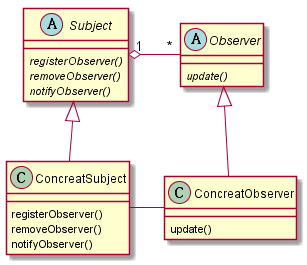
Earlier version of the PlantUML export T/coding/design-pattern/observer/observer.png (tcfh2016/knowledge-map).
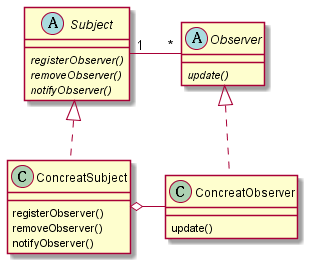
Above is the later version.

Diff of the diagram source:
```diff
@@ -1,12 +1,11 @@
 @startuml
 
+Subject "1" -  "*" Observer
 
-Subject "1" o-  "*" Observer
+Subject <|.. ConcreatSubject
+Observer <|.. ConcreatObserver
 
-Subject <|-- ConcreatSubject
-Observer <|-- ConcreatObserver
-
-ConcreatSubject - ConcreatObserver
+ConcreatSubject o- ConcreatObserver
 
  abstract class Subject {
    {abstract} registerObserver()
@@ -28,5 +27,4 @@
   update()
 }
 
-
 @enduml
```
